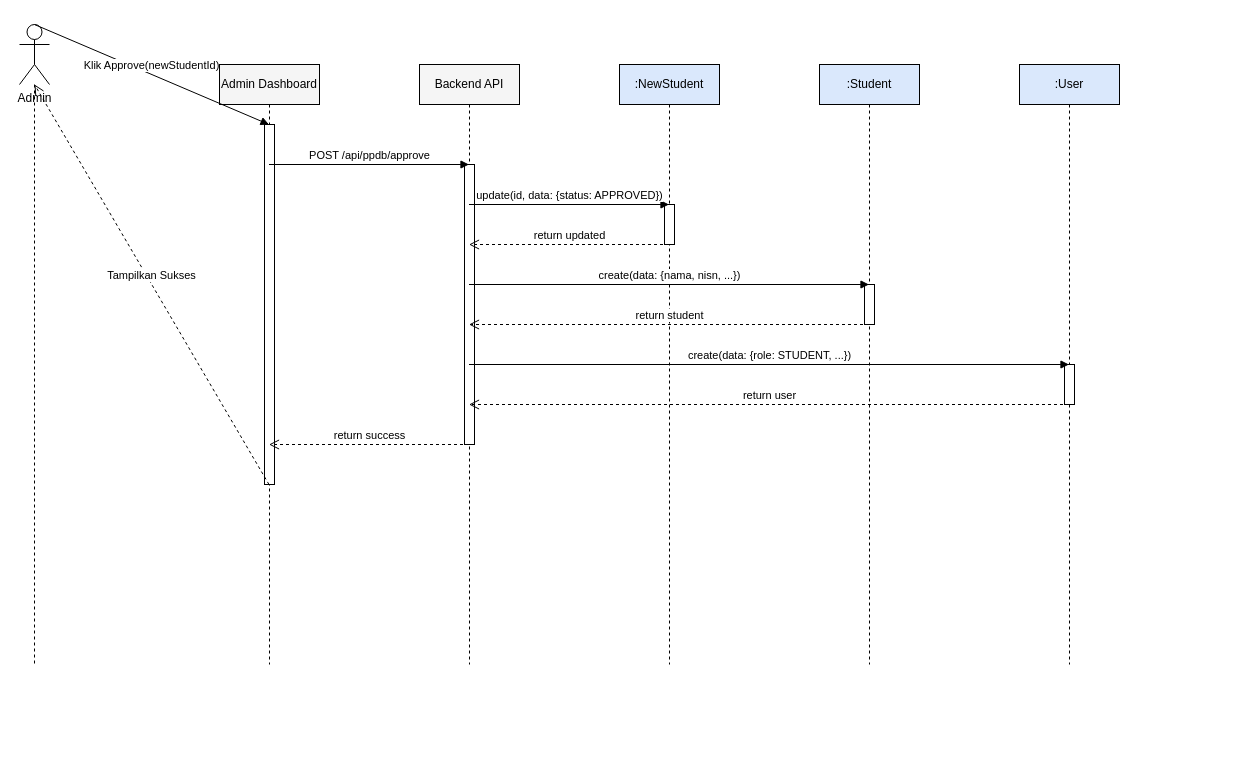
The draw.io diagram docs/sequence_admin_approval.drawio in muhammaddzaki123/adminkassmpit, before the edit. Source tidied: cells renumbered, new cells numbered last; positions are measured from the earlier drawing's top-left corner, leaving out a move shared by most shapes. Both pictures are drawn from the tidied source at 100%, with x=0, y=0 at pixel (19, 24).
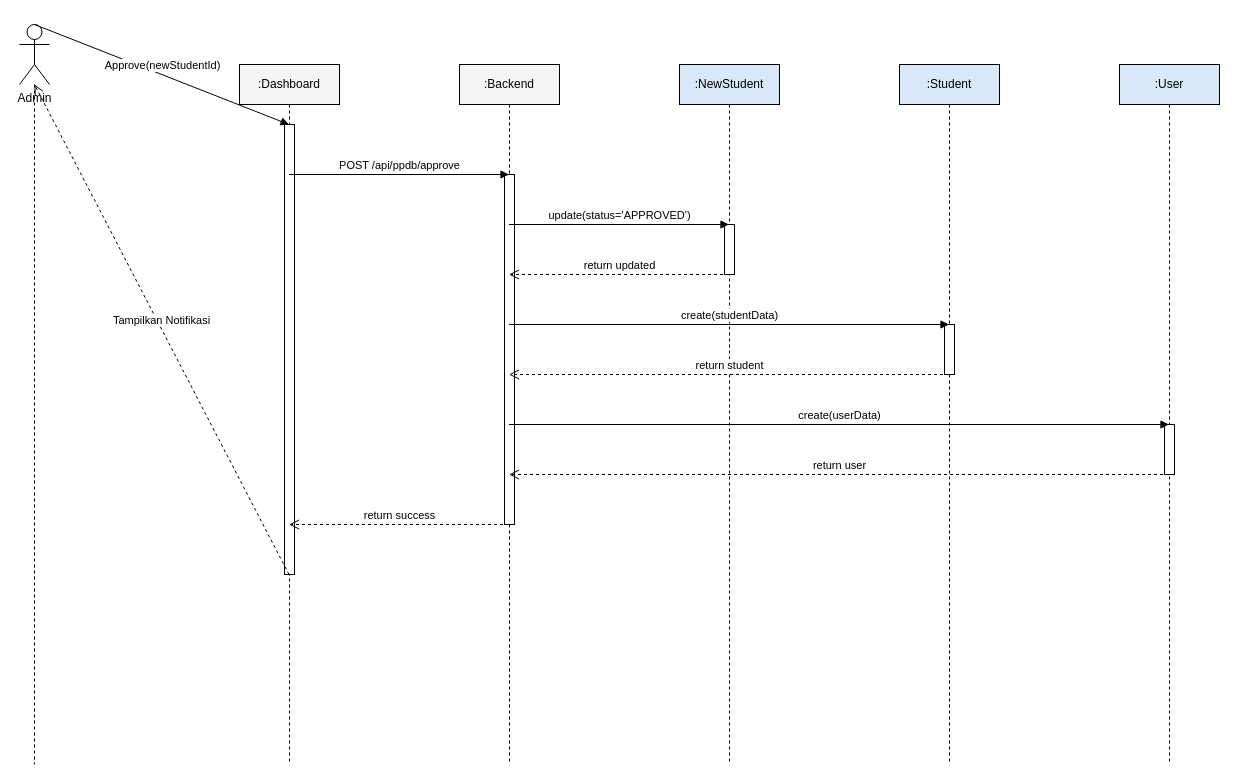
Above is the later version.

The change refers to these unchanged cells:
```xml
<mxCell id="2" value="Admin" style="shape=umlActor;verticalLabelPosition=bottom;verticalAlign=top;html=1;outlineConnect=0;" parent="1" vertex="1">
  <mxGeometry width="30" height="60" as="geometry" />
</mxCell>
```

The edit, as a diff of the source:
```diff
@@
     <mxCell id="3" style="endArrow=none;dashed=1;html=1;" parent="1" edge="1" source="2">
       <mxGeometry relative="1" as="geometry">
-        <mxPoint x="15" y="640" as="targetPoint" />
+        <mxPoint x="15" y="740" as="targetPoint" />
       </mxGeometry>
     </mxCell>
-    <mxCell id="4" value="Admin Dashboard" style="shape=umlLifeline;perimeter=lifelinePerimeter;whiteSpace=wrap;html=1;outlineConnect=0;fillColor=#f5f5f5;" parent="1" vertex="1">
-      <mxGeometry x="200" y="40" width="100" height="600" as="geometry" />
+    <mxCell id="4" value=":Dashboard" style="shape=umlLifeline;perimeter=lifelinePerimeter;whiteSpace=wrap;html=1;outlineConnect=0;fillColor=#f5f5f5;" parent="1" vertex="1">
+      <mxGeometry x="220" y="40" width="100" height="700" as="geometry" />
     </mxCell>
-    <mxCell id="5" value="Backend API" style="shape=umlLifeline;perimeter=lifelinePerimeter;whiteSpace=wrap;html=1;outlineConnect=0;fillColor=#f5f5f5;" parent="1" vertex="1">
-      <mxGeometry x="400" y="40" width="100" height="600" as="geometry" />
+    <mxCell id="5" value=":Backend" style="shape=umlLifeline;perimeter=lifelinePerimeter;whiteSpace=wrap;html=1;outlineConnect=0;fillColor=#f5f5f5;" parent="1" vertex="1">
+      <mxGeometry x="440" y="40" width="100" height="700" as="geometry" />
     </mxCell>
     <mxCell id="6" value=":NewStudent" style="shape=umlLifeline;perimeter=lifelinePerimeter;whiteSpace=wrap;html=1;outlineConnect=0;fillColor=#dae8fc;" parent="1" vertex="1">
-      <mxGeometry x="600" y="40" width="100" height="600" as="geometry" />
+      <mxGeometry x="660" y="40" width="100" height="700" as="geometry" />
     </mxCell>
     <mxCell id="7" value=":Student" style="shape=umlLifeline;perimeter=lifelinePerimeter;whiteSpace=wrap;html=1;outlineConnect=0;fillColor=#dae8fc;" parent="1" vertex="1">
-      <mxGeometry x="800" y="40" width="100" height="600" as="geometry" />
+      <mxGeometry x="880" y="40" width="100" height="700" as="geometry" />
     </mxCell>
     <mxCell id="8" value=":User" style="shape=umlLifeline;perimeter=lifelinePerimeter;whiteSpace=wrap;html=1;outlineConnect=0;fillColor=#dae8fc;" parent="1" vertex="1">
-      <mxGeometry x="1000" y="40" width="100" height="600" as="geometry" />
+      <mxGeometry x="1100" y="40" width="100" height="700" as="geometry" />
     </mxCell>
     <mxCell id="9" style="html=1;perimeter=orthogonalPerimeter;fillColor=#FFFFFF;strokeColor=#000000;" parent="1" vertex="1">
-      <mxGeometry x="645" y="180" width="10" height="40" as="geometry" />
+      <mxGeometry x="705" y="200" width="10" height="50" as="geometry" />
     </mxCell>
     <mxCell id="10" style="html=1;perimeter=orthogonalPerimeter;fillColor=#FFFFFF;strokeColor=#000000;" parent="1" vertex="1">
-      <mxGeometry x="845" y="260" width="10" height="40" as="geometry" />
+      <mxGeometry x="925" y="300" width="10" height="50" as="geometry" />
     </mxCell>
     <mxCell id="11" style="html=1;perimeter=orthogonalPerimeter;fillColor=#FFFFFF;strokeColor=#000000;" parent="1" vertex="1">
-      <mxGeometry x="1045" y="340" width="10" height="40" as="geometry" />
+      <mxGeometry x="1145" y="400" width="10" height="50" as="geometry" />
     </mxCell>
     <mxCell id="12" style="html=1;perimeter=orthogonalPerimeter;fillColor=#FFFFFF;strokeColor=#000000;" parent="1" vertex="1">
-      <mxGeometry x="445" y="140" width="10" height="280" as="geometry" />
+      <mxGeometry x="485" y="150" width="10" height="350" as="geometry" />
     </mxCell>
     <mxCell id="13" style="html=1;perimeter=orthogonalPerimeter;fillColor=#FFFFFF;strokeColor=#000000;" parent="1" vertex="1">
-      <mxGeometry x="245" y="100" width="10" height="360" as="geometry" />
+      <mxGeometry x="265" y="100" width="10" height="450" as="geometry" />
     </mxCell>
-    <mxCell id="14" value="Klik Approve(newStudentId)" style="html=1;verticalAlign=bottom;endArrow=block;rounded=0;entryX=0.5;entryY=0.1;exitX=0.5;exitY=0.1;" parent="1" edge="1" source="2" target="4">
+    <mxCell id="14" value="Approve(newStudentId)" style="html=1;verticalAlign=bottom;endArrow=block;rounded=0;entryX=0.5;entryY=0.08571428571428572;exitX=0.5;exitY=0.08571428571428572;" parent="1" edge="1" source="2" target="4">
       <mxGeometry relative="1" as="geometry" />
     </mxCell>
-    <mxCell id="15" value="POST /api/ppdb/approve" style="html=1;verticalAlign=bottom;endArrow=block;rounded=0;entryX=0.5;entryY=0.16666666666666666;exitX=0.5;exitY=0.16666666666666666;" parent="1" edge="1" source="4" target="5">
+    <mxCell id="15" value="POST /api/ppdb/approve" style="html=1;verticalAlign=bottom;endArrow=block;rounded=0;entryX=0.5;entryY=0.15714285714285714;exitX=0.5;exitY=0.15714285714285714;" parent="1" edge="1" source="4" target="5">
       <mxGeometry relative="1" as="geometry" />
     </mxCell>
-    <mxCell id="16" value="update(id, data: {status: APPROVED})" style="html=1;verticalAlign=bottom;endArrow=block;rounded=0;entryX=0.5;entryY=0.23333333333333334;exitX=0.5;exitY=0.23333333333333334;" parent="1" edge="1" source="5" target="6">
+    <mxCell id="16" value="update(status='APPROVED')" style="html=1;verticalAlign=bottom;endArrow=block;rounded=0;entryX=0.5;entryY=0.22857142857142856;exitX=0.5;exitY=0.22857142857142856;" parent="1" edge="1" source="5" target="6">
       <mxGeometry relative="1" as="geometry" />
     </mxCell>
@@
-    <mxCell id="18" value="create(data: {nama, nisn, ...})" style="html=1;verticalAlign=bottom;endArrow=block;rounded=0;entryX=0.5;entryY=0.36666666666666664;exitX=0.5;exitY=0.36666666666666664;" parent="1" edge="1" source="5" target="7">
+    <mxCell id="18" value="create(studentData)" style="html=1;verticalAlign=bottom;endArrow=block;rounded=0;entryX=0.5;entryY=0.37142857142857144;exitX=0.5;exitY=0.37142857142857144;" parent="1" edge="1" source="5" target="7">
       <mxGeometry relative="1" as="geometry" />
     </mxCell>
-    <mxCell id="19" value="return student" style="html=1;verticalAlign=bottom;endArrow=open;dashed=1;endSize=8;rounded=0;entryX=0.5;entryY=0.43333333333333335;exitX=0.5;exitY=0.43333333333333335;" parent="1" edge="1" source="7" target="5">
+    <mxCell id="19" value="return student" style="html=1;verticalAlign=bottom;endArrow=open;dashed=1;endSize=8;rounded=0;entryX=0.5;entryY=0.44285714285714284;exitX=0.5;exitY=0.44285714285714284;" parent="1" edge="1" source="7" target="5">
       <mxGeometry relative="1" as="geometry" />
     </mxCell>
-    <mxCell id="20" value="create(data: {role: STUDENT, ...})" style="html=1;verticalAlign=bottom;endArrow=block;rounded=0;entryX=0.5;entryY=0.5;exitX=0.5;exitY=0.5;" parent="1" edge="1" source="5" target="8">
+    <mxCell id="20" value="create(userData)" style="html=1;verticalAlign=bottom;endArrow=block;rounded=0;entryX=0.5;entryY=0.5142857142857142;exitX=0.5;exitY=0.5142857142857142;" parent="1" edge="1" source="5" target="8">
       <mxGeometry relative="1" as="geometry" />
     </mxCell>
-    <mxCell id="21" value="return user" style="html=1;verticalAlign=bottom;endArrow=open;dashed=1;endSize=8;rounded=0;entryX=0.5;entryY=0.5666666666666667;exitX=0.5;exitY=0.5666666666666667;" parent="1" edge="1" source="8" target="5">
+    <mxCell id="21" value="return user" style="html=1;verticalAlign=bottom;endArrow=open;dashed=1;endSize=8;rounded=0;entryX=0.5;entryY=0.5857142857142857;exitX=0.5;exitY=0.5857142857142857;" parent="1" edge="1" source="8" target="5">
       <mxGeometry relative="1" as="geometry" />
     </mxCell>
-    <mxCell id="22" value="return success" style="html=1;verticalAlign=bottom;endArrow=open;dashed=1;endSize=8;rounded=0;entryX=0.5;entryY=0.6333333333333333;exitX=0.5;exitY=0.6333333333333333;" parent="1" edge="1" source="5" target="4">
+    <mxCell id="22" value="return success" style="html=1;verticalAlign=bottom;endArrow=open;dashed=1;endSize=8;rounded=0;entryX=0.5;entryY=0.6571428571428571;exitX=0.5;exitY=0.6571428571428571;" parent="1" edge="1" source="5" target="4">
       <mxGeometry relative="1" as="geometry" />
     </mxCell>
-    <mxCell id="23" value="Tampilkan Sukses" style="html=1;verticalAlign=bottom;endArrow=open;dashed=1;endSize=8;rounded=0;entryX=0.5;entryY=0.7;exitX=0.5;exitY=0.7;" parent="1" edge="1" source="4" target="2">
+    <mxCell id="23" value="Tampilkan Notifikasi" style="html=1;verticalAlign=bottom;endArrow=open;dashed=1;endSize=8;rounded=0;entryX=0.5;entryY=0.7285714285714285;exitX=0.5;exitY=0.7285714285714285;" parent="1" edge="1" source="4" target="2">
       <mxGeometry relative="1" as="geometry" />
     </mxCell>
```
